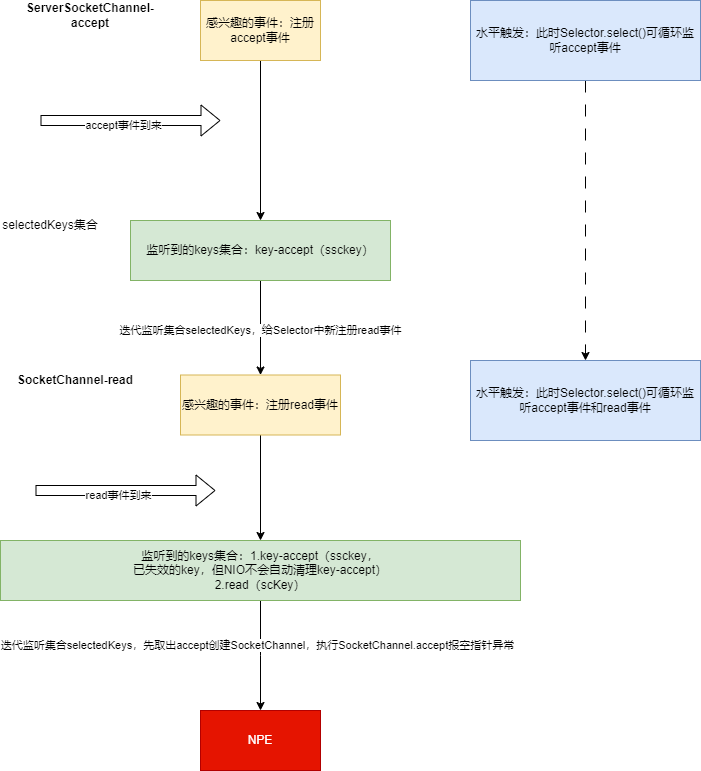
This is NIO处理accept事件.drawio.png from lyflexi/draw.io-online, a draw.io export, as it was before one commit. Source tidied: cells renumbered, new cells last; positions are measured from the earlier drawing's top-left corner, leaving out a move shared by most shapes.
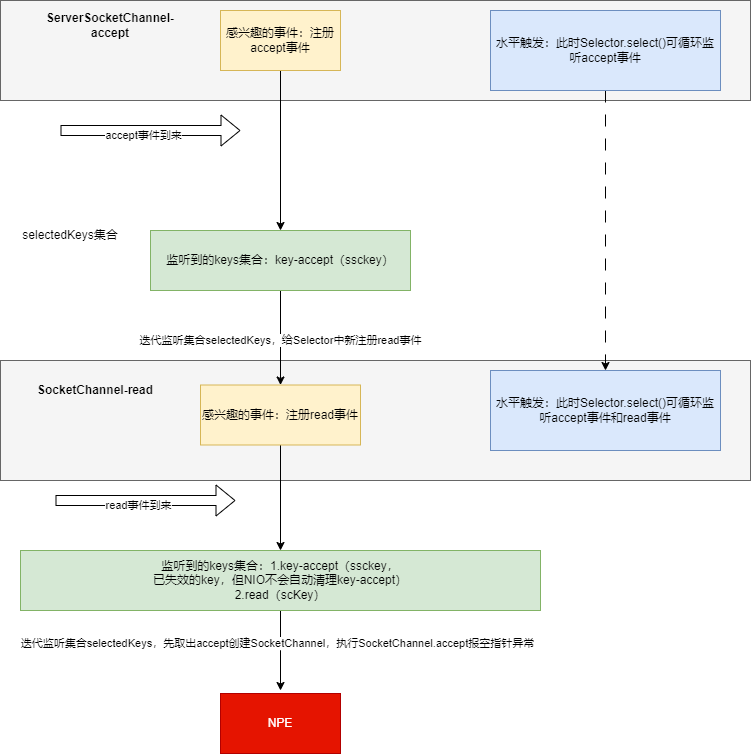
The same file after the commit.

Commit message:
更新NIO处理accept事件.drawio.png

What changed in the source:
```diff
@@ -2,6 +2,12 @@
   <root>
     <mxCell id="0" />
     <mxCell id="1" parent="0" />
+    <mxCell id="23" style="rounded=0;whiteSpace=wrap;html=1;fillColor=#f5f5f5;fontColor=#333333;strokeColor=#666666;" parent="1" vertex="1">
+      <mxGeometry x="-20" y="-10" width="750" height="100" as="geometry" />
+    </mxCell>
+    <mxCell id="24" style="rounded=0;whiteSpace=wrap;html=1;fillColor=#f5f5f5;fontColor=#333333;strokeColor=#666666;" parent="1" vertex="1">
+      <mxGeometry x="-20" y="350" width="750" height="120" as="geometry" />
+    </mxCell>
     <mxCell id="2" style="edgeStyle=orthogonalEdgeStyle;rounded=0;jettySize=auto;html=1;" parent="1" edge="1" source="3" target="7">
       <mxGeometry relative="1" as="geometry" />
     </mxCell>
@@ -25,7 +31,7 @@
     </mxCell>
     <mxCell id="9" style="edgeStyle=orthogonalEdgeStyle;rounded=0;jettySize=auto;html=1;" parent="1" edge="1" source="11">
       <mxGeometry relative="1" as="geometry">
-        <mxPoint x="260" y="710" as="targetPoint" />
+        <mxPoint x="260" y="680" as="targetPoint" />
       </mxGeometry>
     </mxCell>
     <mxCell id="10" value="迭代监听集合selectedKeys，先取出accept创建SocketChannel，执行SocketChannel.accept报空指针异常" style="edgeLabel;html=1;align=center;verticalAlign=middle;" parent="9" vertex="1">
@@ -62,7 +68,7 @@
       <mxGeometry x="-0.09" y="-4" relative="1" as="geometry" />
     </mxCell>
     <mxCell id="19" value="NPE" style="rounded=0;whiteSpace=wrap;html=1;fillColor=#e51400;strokeColor=#B20000;fontColor=#ffffff;" parent="1" vertex="1">
-      <mxGeometry x="200" y="710" width="120" height="60" as="geometry" />
+      <mxGeometry x="200" y="683" width="120" height="60" as="geometry" />
     </mxCell>
     <mxCell id="20" style="edgeStyle=orthogonalEdgeStyle;rounded=0;jettySize=auto;html=1;dashed=1;dashPattern=12 12;" parent="1" edge="1" source="21" target="22">
       <mxGeometry relative="1" as="geometry" />
```
